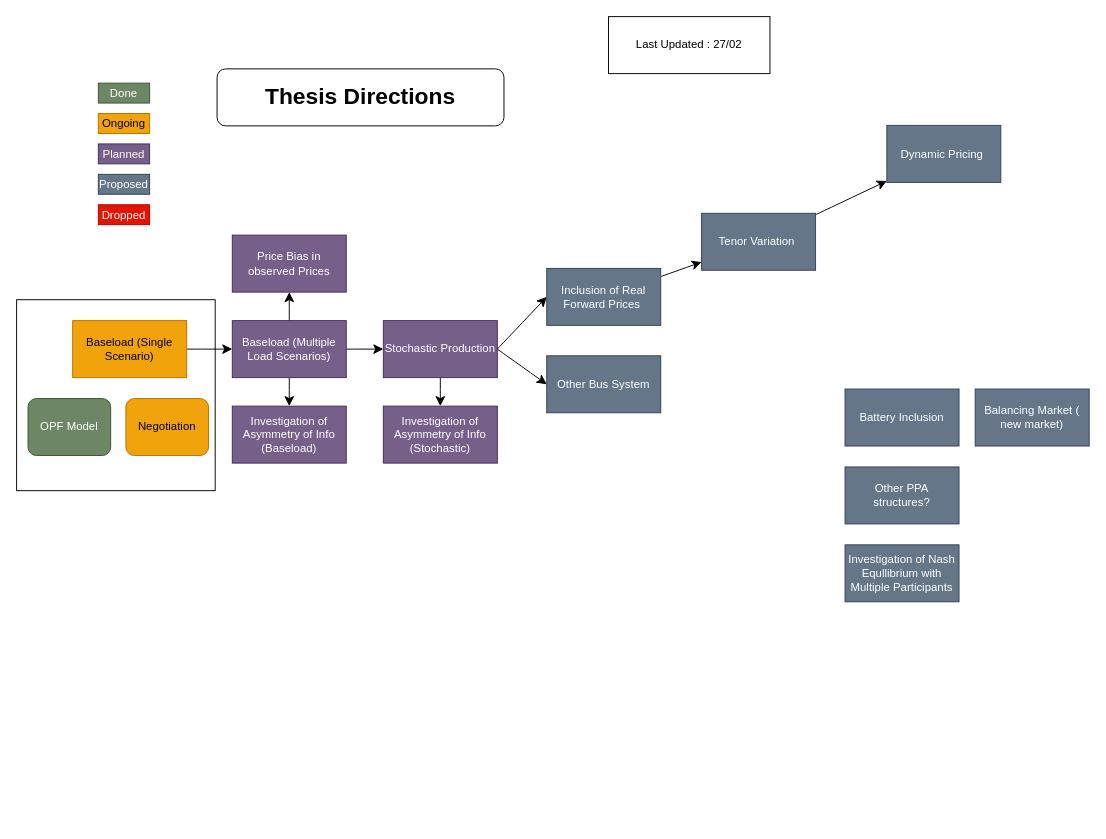
The draw.io diagram Project_Extensions_direction.drawio in AndersDHansen/Thesis-Repository, before the edit. Source tidied: cells renumbered, new cells numbered last; positions are measured from the earlier drawing's top-left corner, leaving out a move shared by most shapes. Both pictures are drawn from the tidied source at 95%, with x=0, y=0 at pixel (16, 16).
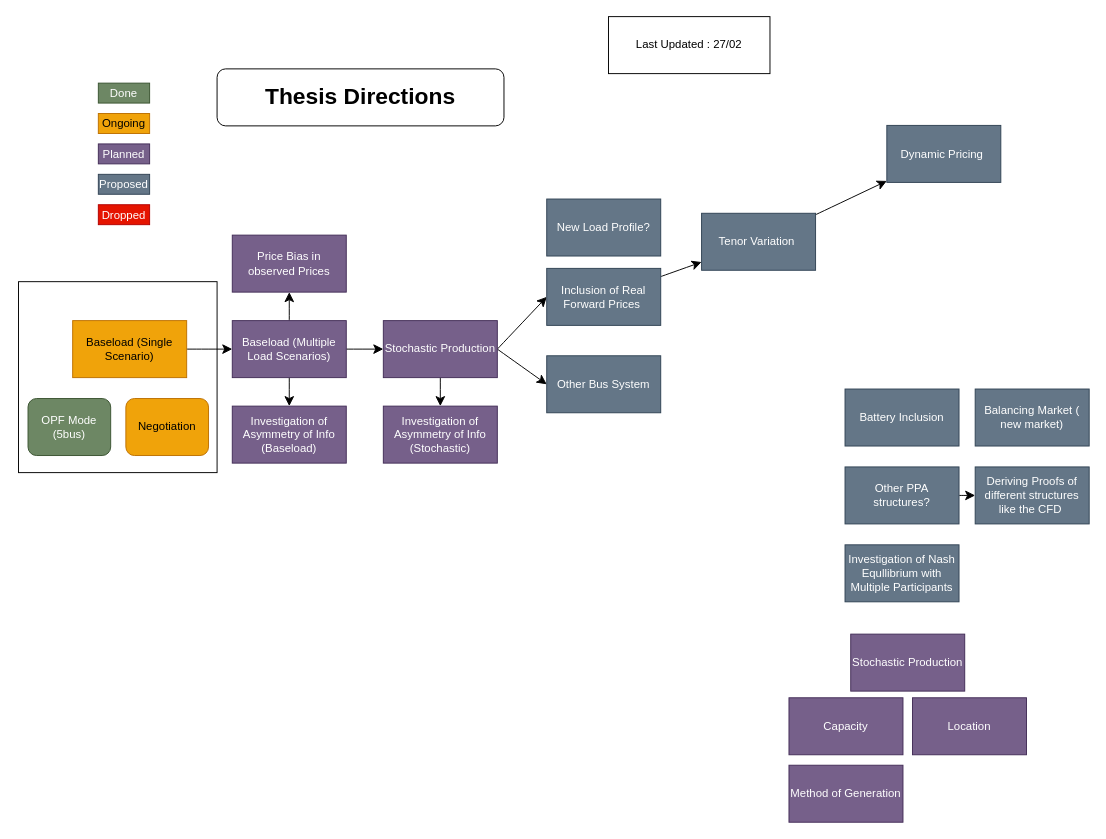
After the change.

The change refers to these unchanged cells:
```xml
<mxCell id="27" value="Other PPA structures?" style="rounded=0;whiteSpace=wrap;html=1;fillColor=#647687;fontColor=#ffffff;strokeColor=#314354;" parent="1" vertex="1">
  <mxGeometry x="872" y="474" width="120" height="60" as="geometry" />
</mxCell>
```

Diff of the diagram source:
```diff
@@
+    <mxCell id="36" style="edgeStyle=none;curved=1;rounded=0;jettySize=auto;html=1;exitX=1;exitY=0.5;exitDx=0;exitDy=0;fontSize=12;startSize=8;endSize=8;" parent="1" edge="1" source="27" target="37">
+      <mxGeometry relative="1" as="geometry" />
+    </mxCell>
@@
-    <mxCell id="33" value="OPF Model" style="rounded=1;whiteSpace=wrap;html=1;fillColor=#6d8764;fontColor=#ffffff;strokeColor=#3A5431;" parent="1" vertex="1">
+    <mxCell id="33" value="OPF Mode (5bus)" style="rounded=1;whiteSpace=wrap;html=1;fillColor=#6d8764;fontColor=#ffffff;strokeColor=#3A5431;" parent="1" vertex="1">
       <mxGeometry x="12" y="402" width="87" height="60" as="geometry" />
     </mxCell>
@@
     <mxCell id="35" style="rounded=0;whiteSpace=wrap;html=1;fillColor=none;" parent="1" vertex="1">
-      <mxGeometry y="298" width="209" height="201" as="geometry" />
+      <mxGeometry x="2" y="279" width="209" height="201" as="geometry" />
     </mxCell>
+    <mxCell id="37" value="Deriving Proofs of different structures like the CFD&amp;nbsp;" style="rounded=0;whiteSpace=wrap;html=1;fillColor=#647687;fontColor=#ffffff;strokeColor=#314354;" parent="1" vertex="1">
+      <mxGeometry x="1009" y="474" width="120" height="60" as="geometry" />
+    </mxCell>
+    <mxCell id="38" value="New Load Profile?" style="rounded=0;whiteSpace=wrap;html=1;fillColor=#647687;fontColor=#ffffff;strokeColor=#314354;" parent="1" vertex="1">
+      <mxGeometry x="558" y="192" width="120" height="60" as="geometry" />
+    </mxCell>
+    <mxCell id="39" value="Stochastic Production" style="rounded=0;whiteSpace=wrap;html=1;fillColor=#76608a;fontColor=#ffffff;strokeColor=#432D57;" parent="1" vertex="1">
+      <mxGeometry x="878" y="650" width="120" height="60" as="geometry" />
+    </mxCell>
+    <mxCell id="40" value="Capacity" style="rounded=0;whiteSpace=wrap;html=1;fillColor=#76608a;fontColor=#ffffff;strokeColor=#432D57;" parent="1" vertex="1">
+      <mxGeometry x="813" y="717" width="120" height="60" as="geometry" />
+    </mxCell>
+    <mxCell id="41" value="Location" style="rounded=0;whiteSpace=wrap;html=1;fillColor=#76608a;fontColor=#ffffff;strokeColor=#432D57;" parent="1" vertex="1">
+      <mxGeometry x="943" y="717" width="120" height="60" as="geometry" />
+    </mxCell>
+    <mxCell id="42" value="Method of Generation" style="rounded=0;whiteSpace=wrap;html=1;fillColor=#76608a;fontColor=#ffffff;strokeColor=#432D57;" parent="1" vertex="1">
+      <mxGeometry x="813" y="788" width="120" height="60" as="geometry" />
+    </mxCell>
```
